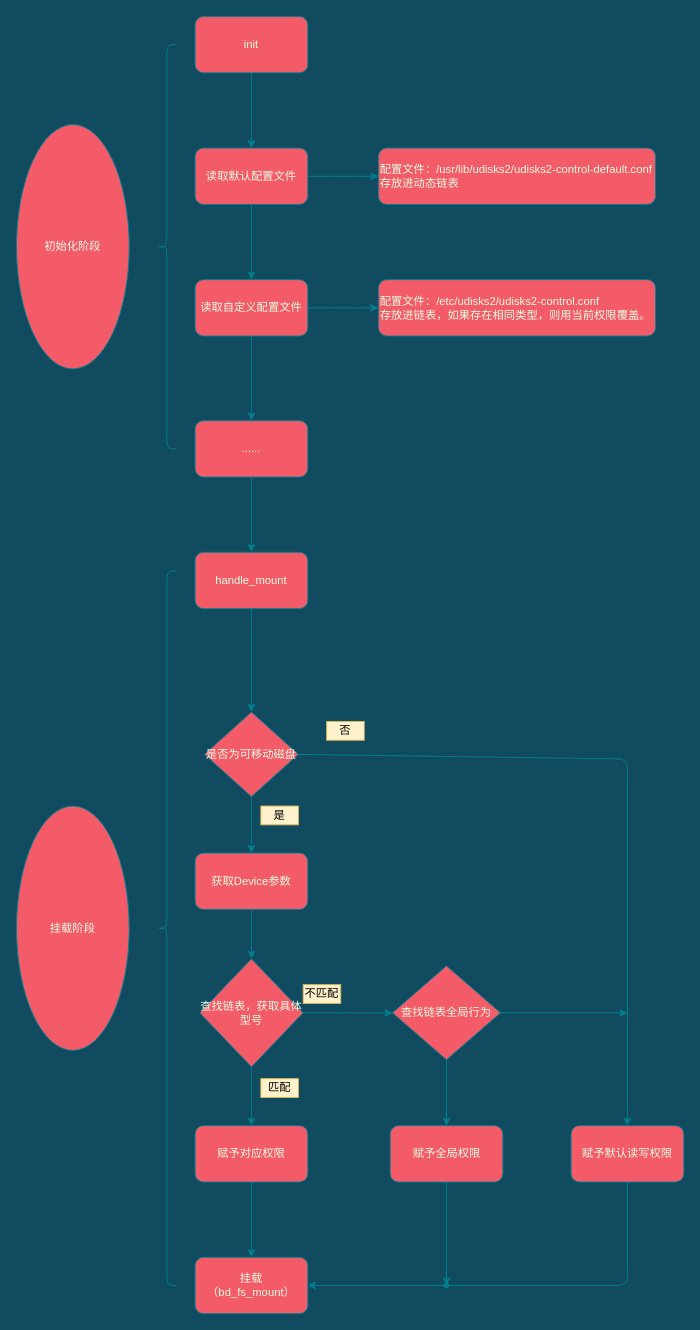
The draw.io diagram udisks2-control.drawio in lishengyu/mk, before the edit. Source tidied: cells renumbered, new cells numbered last; positions are measured from the earlier drawing's top-left corner, leaving out a move shared by most shapes. Both pictures are drawn from the tidied source at 94%, with x=0, y=0 at pixel (16, 16).
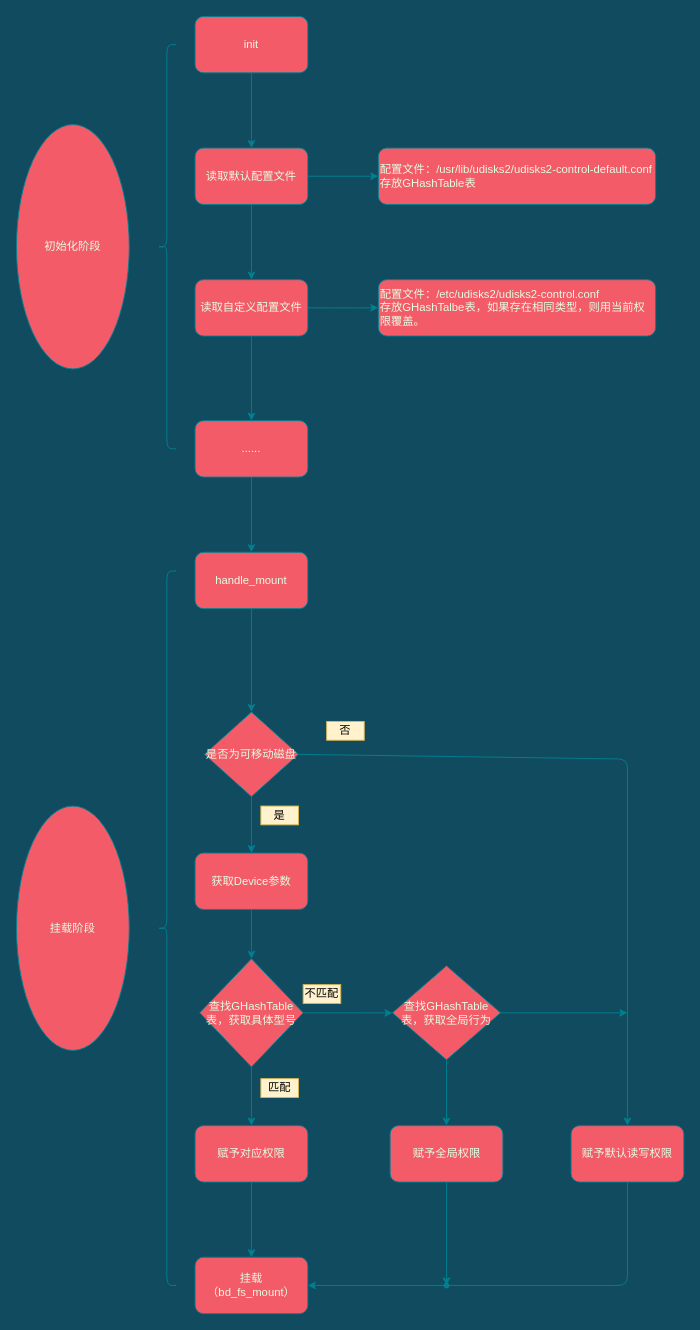
The same page after the edit.

Diff of the diagram source:
```diff
@@
-    <mxCell id="10" value="查找链表，获取具体型号" style="rhombus;whiteSpace=wrap;html=1;fillColor=#F45B69;strokeColor=#028090;fontColor=#E4FDE1;" parent="1" vertex="1">
+    <mxCell id="10" value="查找GHashTable表，获取具体型号" style="rhombus;whiteSpace=wrap;html=1;fillColor=#F45B69;strokeColor=#028090;fontColor=#E4FDE1;" parent="1" vertex="1">
       <mxGeometry x="195" y="1002.5" width="110" height="115" as="geometry" />
     </mxCell>
@@
-    <mxCell id="24" value="&lt;div&gt;&lt;span&gt;配置文件：/usr/lib/udisks2/udisks2-control-default.conf&lt;/span&gt;&lt;/div&gt;&lt;div&gt;&lt;span&gt;存放进动态链表&lt;/span&gt;&lt;/div&gt;" style="rounded=1;whiteSpace=wrap;html=1;fillColor=#F45B69;strokeColor=#028090;fontColor=#E4FDE1;align=left;" parent="1" vertex="1">
+    <mxCell id="24" value="&lt;div&gt;&lt;span&gt;配置文件：/usr/lib/udisks2/udisks2-control-default.conf&lt;/span&gt;&lt;/div&gt;&lt;div&gt;&lt;span&gt;存放GHashTable表&lt;/span&gt;&lt;/div&gt;" style="rounded=1;whiteSpace=wrap;html=1;fillColor=#F45B69;strokeColor=#028090;fontColor=#E4FDE1;align=left;" parent="1" vertex="1">
       <mxGeometry x="385" y="140" width="295" height="60" as="geometry" />
     </mxCell>
@@
-    <mxCell id="28" value="配置文件：/etc/udisks2/udisks2-control.conf&lt;br&gt;存放进链表，如果存在相同类型，则用当前权限覆盖。" style="rounded=1;whiteSpace=wrap;html=1;fillColor=#F45B69;strokeColor=#028090;fontColor=#E4FDE1;align=left;" parent="1" vertex="1">
+    <mxCell id="28" value="配置文件：/etc/udisks2/udisks2-control.conf&lt;br&gt;存放GHashTalbe表，如果存在相同类型，则用当前权限覆盖。" style="rounded=1;whiteSpace=wrap;html=1;fillColor=#F45B69;strokeColor=#028090;fontColor=#E4FDE1;align=left;" parent="1" vertex="1">
       <mxGeometry x="385" y="280" width="295" height="60" as="geometry" />
     </mxCell>
@@
-    <mxCell id="35" value="&lt;span&gt;查找&lt;/span&gt;&lt;span&gt;链表全局行为&lt;/span&gt;" style="rhombus;whiteSpace=wrap;html=1;rounded=0;sketch=0;fontColor=#E4FDE1;strokeColor=#028090;fillColor=#F45B69;" parent="1" vertex="1">
+    <mxCell id="35" value="&lt;span&gt;查找GHashTable表，获取&lt;/span&gt;&lt;span&gt;全局行为&lt;/span&gt;" style="rhombus;whiteSpace=wrap;html=1;rounded=0;sketch=0;fontColor=#E4FDE1;strokeColor=#028090;fillColor=#F45B69;" parent="1" vertex="1">
       <mxGeometry x="400" y="1010" width="115" height="100" as="geometry" />
     </mxCell>
```
